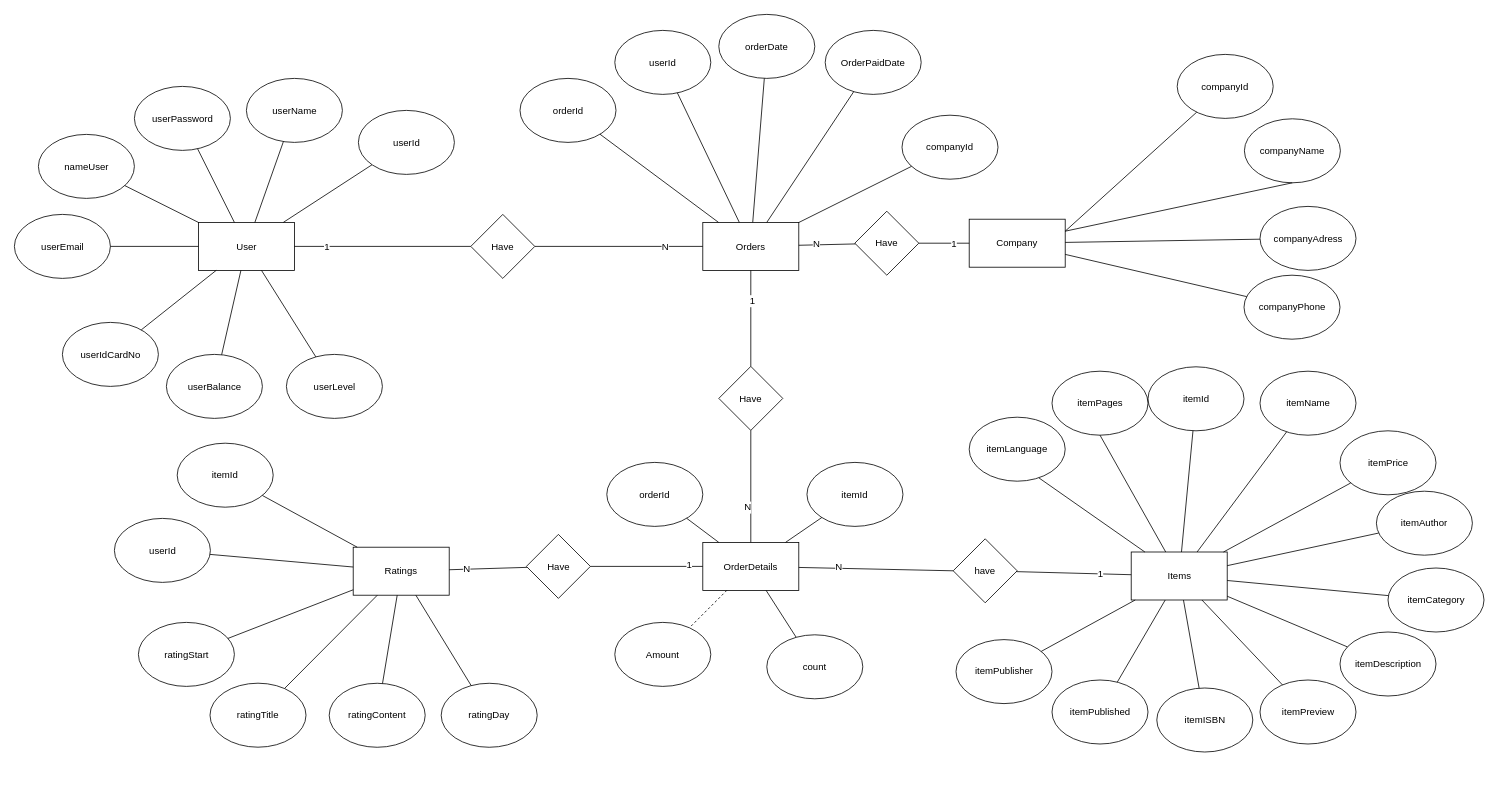
Earlier version of the draw.io diagram Documents/erd.drawio (tung120320/E-Book-Order-G02). Source tidied: cells renumbered, new cells numbered last; positions are measured from the earlier drawing's top-left corner, leaving out a move shared by most shapes. Both pictures are drawn from the tidied source at 80%, with x=0, y=0 at pixel (14, 14).
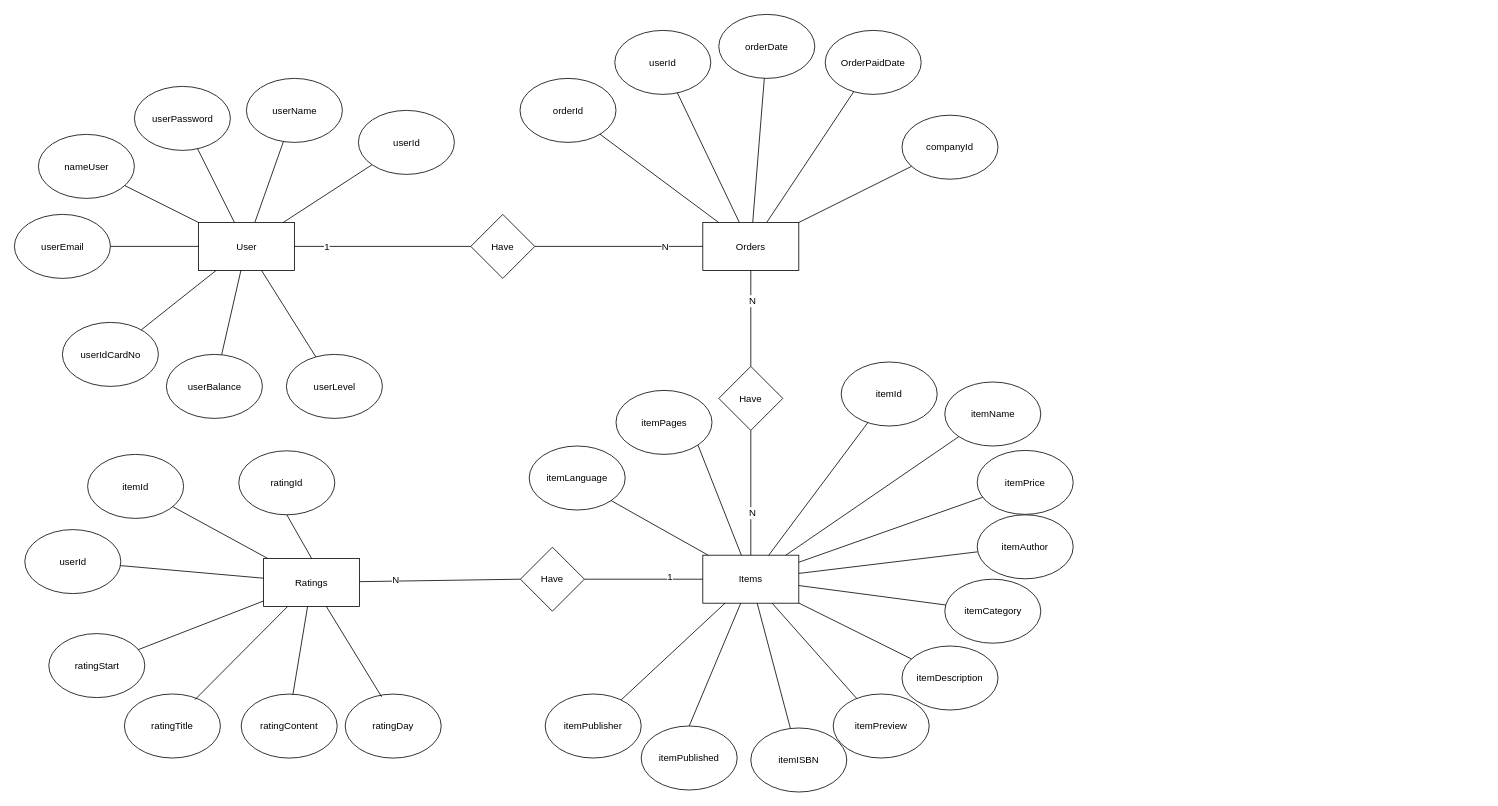
Above is the later version.

The change refers to these unchanged cells:
```xml
<mxCell id="19" value="Orders" style="rounded=0;whiteSpace=wrap;html=1;" parent="1" vertex="1">
  <mxGeometry x="861" y="260.5" width="120" height="60" as="geometry" />
</mxCell>
<mxCell id="59" value="Have" style="rhombus;whiteSpace=wrap;html=1;" parent="1" vertex="1">
  <mxGeometry x="881" y="440.5" width="80" height="80" as="geometry" />
</mxCell>
<mxCell id="60" style="endArrow=none;html=1;" parent="1" edge="1" source="59" target="19">
  <mxGeometry relative="1" as="geometry" />
</mxCell>
```

What changed in the source:
```diff
@@
     <mxCell id="2" value="Items" style="rounded=0;whiteSpace=wrap;html=1;" parent="1" vertex="1">
-      <mxGeometry x="1396.5" y="672.5" width="120" height="60" as="geometry" />
+      <mxGeometry x="861" y="676.5" width="120" height="60" as="geometry" />
     </mxCell>
     <mxCell id="3" value="itemPublisher&lt;br&gt;" style="ellipse;whiteSpace=wrap;html=1;" parent="1" vertex="1">
-      <mxGeometry x="1177.5" y="782" width="120" height="80" as="geometry" />
+      <mxGeometry x="664" y="850" width="120" height="80" as="geometry" />
     </mxCell>
     <mxCell id="4" value="itemPreview" style="ellipse;whiteSpace=wrap;html=1;" parent="1" vertex="1">
-      <mxGeometry x="1557.5" y="832.5" width="120" height="80" as="geometry" />
+      <mxGeometry x="1024" y="850" width="120" height="80" as="geometry" />
     </mxCell>
     <mxCell id="5" value="itemPrice" style="ellipse;whiteSpace=wrap;html=1;" parent="1" vertex="1">
-      <mxGeometry x="1657.5" y="521" width="120" height="80" as="geometry" />
+      <mxGeometry x="1204" y="545.5" width="120" height="80" as="geometry" />
     </mxCell>
     <mxCell id="6" value="itemDescription" style="ellipse;whiteSpace=wrap;html=1;" parent="1" vertex="1">
-      <mxGeometry x="1657.5" y="772.5" width="120" height="80" as="geometry" />
+      <mxGeometry x="1110" y="790" width="120" height="80" as="geometry" />
     </mxCell>
-    <mxCell id="7" value="itemAuthor" style="ellipse;whiteSpace=wrap;html=1;" parent="1" vertex="1">
-      <mxGeometry x="1703" y="596.5" width="120" height="80" as="geometry" />
-    </mxCell>
     <mxCell id="8" value="itemPublished" style="ellipse;whiteSpace=wrap;html=1;" parent="1" vertex="1">
-      <mxGeometry x="1297.5" y="832.5" width="120" height="80" as="geometry" />
+      <mxGeometry x="784" y="890" width="120" height="80" as="geometry" />
     </mxCell>
     <mxCell id="9" value="itemPages" style="ellipse;whiteSpace=wrap;html=1;" parent="1" vertex="1">
-      <mxGeometry x="1297.5" y="446.5" width="120" height="80" as="geometry" />
+      <mxGeometry x="752.5" y="470.5" width="120" height="80" as="geometry" />
     </mxCell>
     <mxCell id="10" value="itemISBN" style="ellipse;whiteSpace=wrap;html=1;" parent="1" vertex="1">
-      <mxGeometry x="1428.5" y="842.5" width="120" height="80" as="geometry" />
+      <mxGeometry x="921" y="892.5" width="120" height="80" as="geometry" />
     </mxCell>
     <mxCell id="11" value="itemLanguage" style="ellipse;whiteSpace=wrap;html=1;" parent="1" vertex="1">
-      <mxGeometry x="1194" y="504" width="120" height="80" as="geometry" />
+      <mxGeometry x="644" y="540" width="120" height="80" as="geometry" />
     </mxCell>
     <mxCell id="12" value="itemCategory" style="ellipse;whiteSpace=wrap;html=1;" parent="1" vertex="1">
-      <mxGeometry x="1717.5" y="692.5" width="120" height="80" as="geometry" />
+      <mxGeometry x="1163.5" y="706.5" width="120" height="80" as="geometry" />
     </mxCell>
     <mxCell id="13" value="itemName" style="ellipse;whiteSpace=wrap;html=1;" parent="1" vertex="1">
-      <mxGeometry x="1557.5" y="446.5" width="120" height="80" as="geometry" />
+      <mxGeometry x="1163.5" y="460" width="120" height="80" as="geometry" />
     </mxCell>
@@
-    <mxCell id="20" value="Amount" style="ellipse;whiteSpace=wrap;html=1;" parent="1" vertex="1">
-      <mxGeometry x="751" y="760.5" width="120" height="80" as="geometry" />
-    </mxCell>
@@
     <mxCell id="23" value="itemId" style="ellipse;whiteSpace=wrap;html=1;" parent="1" vertex="1">
-      <mxGeometry x="1417.5" y="441" width="120" height="80" as="geometry" />
+      <mxGeometry x="1034" y="435" width="120" height="80" as="geometry" />
     </mxCell>
@@
-    <mxCell id="32" style="endArrow=none;html=1;exitX=0.5;exitY=1;exitDx=0;exitDy=0;" parent="1" edge="1" source="9" target="2">
+    <mxCell id="32" style="endArrow=none;html=1;exitX=1;exitY=1;exitDx=0;exitDy=0;" parent="1" edge="1" source="9" target="2">
       <mxGeometry relative="1" as="geometry" />
     </mxCell>
-    <mxCell id="33" style="endArrow=none;html=1;" parent="1" edge="1" source="8" target="2">
+    <mxCell id="33" style="endArrow=none;html=1;exitX=0.5;exitY=0;exitDx=0;exitDy=0;" parent="1" edge="1" source="8" target="2">
       <mxGeometry relative="1" as="geometry" />
     </mxCell>
@@
-    <mxCell id="35" style="endArrow=none;html=1;" parent="1" edge="1" source="7" target="2">
-      <mxGeometry relative="1" as="geometry" />
+    <mxCell id="35" style="endArrow=none;html=1;" parent="1" edge="1" target="2">
+      <mxGeometry relative="1" as="geometry">
+        <mxPoint x="1204.5" y="672.3" as="sourcePoint" />
+      </mxGeometry>
     </mxCell>
@@
-    <mxCell id="37" style="endArrow=none;html=1;entryX=0.726;entryY=0.948;entryDx=0;entryDy=0;entryPerimeter=0;" parent="1" edge="1" source="2" target="11">
+    <mxCell id="37" style="endArrow=none;html=1;entryX=1;entryY=1;entryDx=0;entryDy=0;" parent="1" edge="1" source="2" target="11">
       <mxGeometry relative="1" as="geometry" />
     </mxCell>
@@
-    <mxCell id="43" value="OrderDetails" style="rounded=0;whiteSpace=wrap;html=1;" parent="1" vertex="1">
-      <mxGeometry x="861" y="660.5" width="120" height="60" as="geometry" />
-    </mxCell>
-    <mxCell id="44" value="itemId" style="ellipse;whiteSpace=wrap;html=1;" parent="1" vertex="1">
-      <mxGeometry x="991.2" y="560.5" width="120" height="80" as="geometry" />
-    </mxCell>
-    <mxCell id="45" value="count" style="ellipse;whiteSpace=wrap;html=1;" parent="1" vertex="1">
-      <mxGeometry x="941" y="776" width="120" height="80" as="geometry" />
-    </mxCell>
-    <mxCell id="46" value="orderId&lt;br&gt;" style="ellipse;whiteSpace=wrap;html=1;" parent="1" vertex="1">
-      <mxGeometry x="741" y="560.5" width="120" height="80" as="geometry" />
-    </mxCell>
-    <mxCell id="47" style="endArrow=none;html=1;" parent="1" edge="1" source="46" target="43">
-      <mxGeometry relative="1" as="geometry" />
-    </mxCell>
-    <mxCell id="48" style="endArrow=none;html=1;" parent="1" edge="1" source="44" target="43">
-      <mxGeometry relative="1" as="geometry" />
-    </mxCell>
-    <mxCell id="49" value="have&lt;br&gt;" style="rhombus;whiteSpace=wrap;html=1;" parent="1" vertex="1">
-      <mxGeometry x="1174" y="656" width="80" height="80" as="geometry" />
-    </mxCell>
@@
-    <mxCell id="51" style="endArrow=none;html=1;" parent="1" edge="1" source="2" target="13">
+    <mxCell id="51" style="endArrow=none;html=1;entryX=0;entryY=1;entryDx=0;entryDy=0;" parent="1" edge="1" source="2" target="13">
       <mxGeometry relative="1" as="geometry" />
     </mxCell>
-    <mxCell id="52" style="endArrow=none;html=1;exitX=0;exitY=0.5;exitDx=0;exitDy=0;" parent="1" edge="1" source="49" target="43">
-      <mxGeometry relative="1" as="geometry" />
-    </mxCell>
-    <mxCell id="53" value="N" style="text;html=1;align=center;verticalAlign=middle;labelBackgroundColor=#ffffff;" parent="52" vertex="1">
-      <mxGeometry x="0.49" y="-2" relative="1" as="geometry" />
-    </mxCell>
-    <mxCell id="54" style="endArrow=none;html=1;" parent="1" edge="1" source="2" target="49">
-      <mxGeometry relative="1" as="geometry" />
-    </mxCell>
-    <mxCell id="55" value="1" style="text;html=1;align=center;verticalAlign=middle;labelBackgroundColor=#ffffff;" parent="54" vertex="1">
-      <mxGeometry x="-0.5" y="4" relative="1" as="geometry">
-        <mxPoint x="-3" y="-4" as="offset" />
-      </mxGeometry>
-    </mxCell>
-    <mxCell id="56" style="endArrow=none;html=1;" parent="1" edge="1" source="45" target="43">
-      <mxGeometry relative="1" as="geometry" />
-    </mxCell>
-    <mxCell id="57" style="endArrow=none;dashed=1;html=1;" parent="1" edge="1" source="43" target="20">
-      <mxGeometry relative="1" as="geometry" />
-    </mxCell>
@@
-    <mxCell id="61" value="1" style="text;html=1;align=center;verticalAlign=middle;labelBackgroundColor=#ffffff;" parent="60" vertex="1">
+    <mxCell id="61" value="N" style="text;html=1;align=center;verticalAlign=middle;labelBackgroundColor=#ffffff;" parent="60" vertex="1">
       <mxGeometry x="0.37" y="-1" relative="1" as="geometry" />
     </mxCell>
-    <mxCell id="62" style="endArrow=none;html=1;" parent="1" edge="1" source="43" target="59">
+    <mxCell id="62" style="endArrow=none;html=1;exitX=0.5;exitY=0;exitDx=0;exitDy=0;" parent="1" edge="1" source="2" target="59">
       <mxGeometry relative="1" as="geometry" />
     </mxCell>
-    <mxCell id="63" value="N" style="text;html=1;align=center;verticalAlign=middle;labelBackgroundColor=#ffffff;" parent="62" vertex="1">
-      <mxGeometry x="-0.41" y="4" relative="1" as="geometry">
-        <mxPoint x="-0.5" y="-3" as="offset" />
-      </mxGeometry>
-    </mxCell>
+    <mxCell id="111" value="N" style="text;html=1;align=center;verticalAlign=middle;labelBackgroundColor=#ffffff;" parent="62" vertex="1">
+      <mxGeometry x="-0.32" y="-1" relative="1" as="geometry" />
+    </mxCell>
@@
-    <mxCell id="77" value="Company" style="rounded=0;whiteSpace=wrap;html=1;" parent="1" vertex="1">
-      <mxGeometry x="1194" y="256.5" width="120" height="60" as="geometry" />
-    </mxCell>
-    <mxCell id="78" value="companyAdress" style="ellipse;whiteSpace=wrap;html=1;" parent="1" vertex="1">
-      <mxGeometry x="1557.5" y="240.5" width="120" height="80" as="geometry" />
-    </mxCell>
-    <mxCell id="79" value="companyId" style="ellipse;whiteSpace=wrap;html=1;" parent="1" vertex="1">
-      <mxGeometry x="1454" y="50.5" width="120" height="80" as="geometry" />
-    </mxCell>
-    <mxCell id="80" value="companyName" style="ellipse;whiteSpace=wrap;html=1;" parent="1" vertex="1">
-      <mxGeometry x="1538" y="131" width="120" height="80" as="geometry" />
-    </mxCell>
-    <mxCell id="81" style="endArrow=none;html=1;entryX=1;entryY=0.25;entryDx=0;entryDy=0;" parent="1" edge="1" source="79" target="77">
-      <mxGeometry relative="1" as="geometry" />
-    </mxCell>
-    <mxCell id="82" style="endArrow=none;html=1;entryX=1;entryY=0.25;entryDx=0;entryDy=0;exitX=0.5;exitY=1;exitDx=0;exitDy=0;" parent="1" edge="1" source="80" target="77">
-      <mxGeometry relative="1" as="geometry" />
-    </mxCell>
-    <mxCell id="83" value="companyPhone" style="ellipse;whiteSpace=wrap;html=1;" parent="1" vertex="1">
-      <mxGeometry x="1537.5" y="326.5" width="120" height="80" as="geometry" />
-    </mxCell>
-    <mxCell id="84" style="endArrow=none;html=1;" parent="1" edge="1" source="77" target="83">
-      <mxGeometry relative="1" as="geometry" />
-    </mxCell>
-    <mxCell id="85" style="endArrow=none;html=1;" parent="1" edge="1" source="77" target="78">
-      <mxGeometry relative="1" as="geometry" />
-    </mxCell>
-    <mxCell id="86" value="Have" style="rhombus;whiteSpace=wrap;html=1;" parent="1" vertex="1">
-      <mxGeometry x="1051" y="246.5" width="80" height="80" as="geometry" />
-    </mxCell>
-    <mxCell id="87" style="endArrow=none;html=1;" parent="1" edge="1" source="86" target="19">
-      <mxGeometry relative="1" as="geometry" />
-    </mxCell>
-    <mxCell id="88" value="N" style="text;html=1;align=center;verticalAlign=middle;labelBackgroundColor=#ffffff;" parent="87" vertex="1">
-      <mxGeometry x="0.37" y="-1" relative="1" as="geometry" />
-    </mxCell>
-    <mxCell id="89" style="endArrow=none;html=1;exitX=0;exitY=0.5;exitDx=0;exitDy=0;" parent="1" edge="1" source="77" target="86">
-      <mxGeometry relative="1" as="geometry" />
-    </mxCell>
-    <mxCell id="90" value="1" style="text;html=1;align=center;verticalAlign=middle;labelBackgroundColor=#ffffff;" parent="89" vertex="1">
-      <mxGeometry x="-0.41" y="4" relative="1" as="geometry">
-        <mxPoint x="-0.5" y="-3" as="offset" />
-      </mxGeometry>
-    </mxCell>
     <mxCell id="91" value="Ratings" style="rounded=0;whiteSpace=wrap;html=1;" parent="1" vertex="1">
-      <mxGeometry x="424" y="666.5" width="120" height="60" as="geometry" />
+      <mxGeometry x="312" y="680.5" width="120" height="60" as="geometry" />
     </mxCell>
     <mxCell id="92" value="ratingStart" style="ellipse;whiteSpace=wrap;html=1;" parent="1" vertex="1">
-      <mxGeometry x="155.5" y="760.5" width="120" height="80" as="geometry" />
+      <mxGeometry x="43.5" y="774.5" width="120" height="80" as="geometry" />
     </mxCell>
     <mxCell id="93" value="&lt;span&gt;ratingTitle&lt;/span&gt;" style="ellipse;whiteSpace=wrap;html=1;" parent="1" vertex="1">
-      <mxGeometry x="245" y="836.5" width="120" height="80" as="geometry" />
+      <mxGeometry x="138" y="850" width="120" height="80" as="geometry" />
     </mxCell>
     <mxCell id="94" value="ratingContent" style="ellipse;whiteSpace=wrap;html=1;" parent="1" vertex="1">
-      <mxGeometry x="394" y="836.6" width="120" height="80" as="geometry" />
+      <mxGeometry x="284" y="850.1" width="120" height="80" as="geometry" />
     </mxCell>
     <mxCell id="95" value="itemId" style="ellipse;whiteSpace=wrap;html=1;" parent="1" vertex="1">
-      <mxGeometry x="204" y="536.5" width="120" height="80" as="geometry" />
+      <mxGeometry x="92" y="550.5" width="120" height="80" as="geometry" />
     </mxCell>
     <mxCell id="96" value="userId" style="ellipse;whiteSpace=wrap;html=1;" parent="1" vertex="1">
-      <mxGeometry x="125.5" y="630.5" width="120" height="80" as="geometry" />
+      <mxGeometry x="13.5" y="644.5" width="120" height="80" as="geometry" />
     </mxCell>
-    <mxCell id="97" style="endArrow=none;html=1;" parent="1" edge="1" source="93" target="91">
-      <mxGeometry relative="1" as="geometry" />
+    <mxCell id="97" style="endArrow=none;html=1;" parent="1" edge="1" target="91">
+      <mxGeometry relative="1" as="geometry">
+        <mxPoint x="226.1" y="857.1" as="sourcePoint" />
+      </mxGeometry>
     </mxCell>
@@
-    <mxCell id="99" style="endArrow=none;html=1;" parent="1" edge="1" source="94" target="91">
-      <mxGeometry relative="1" as="geometry" />
+    <mxCell id="99" style="endArrow=none;html=1;" parent="1" edge="1" target="91">
+      <mxGeometry relative="1" as="geometry">
+        <mxPoint x="348.6" y="850.8" as="sourcePoint" />
+      </mxGeometry>
     </mxCell>
@@
-    <mxCell id="102" style="endArrow=none;html=1;" parent="1" edge="1" source="104" target="91">
+    <mxCell id="102" style="endArrow=none;html=1;exitX=0;exitY=0.5;exitDx=0;exitDy=0;" parent="1" edge="1" source="104" target="91">
       <mxGeometry relative="1" as="geometry" />
     </mxCell>
@@
     <mxCell id="104" value="Have" style="rhombus;whiteSpace=wrap;html=1;" parent="1" vertex="1">
-      <mxGeometry x="640.5" y="650.5" width="80" height="80" as="geometry" />
+      <mxGeometry x="633" y="666.5" width="80" height="80" as="geometry" />
     </mxCell>
-    <mxCell id="105" style="endArrow=none;html=1;" parent="1" edge="1" source="104" target="43">
-      <mxGeometry relative="1" as="geometry" />
-    </mxCell>
-    <mxCell id="106" value="1" style="text;html=1;align=center;verticalAlign=middle;labelBackgroundColor=#ffffff;" parent="105" vertex="1">
-      <mxGeometry x="0.75" y="2" relative="1" as="geometry" />
-    </mxCell>
@@
     <mxCell id="109" value="ratingDay" style="ellipse;whiteSpace=wrap;html=1;" parent="1" vertex="1">
-      <mxGeometry x="534" y="836.6" width="120" height="80" as="geometry" />
+      <mxGeometry x="414" y="850.1" width="120" height="80" as="geometry" />
     </mxCell>
-    <mxCell id="110" style="endArrow=none;html=1;" parent="1" edge="1" source="109" target="91">
-      <mxGeometry relative="1" as="geometry" />
+    <mxCell id="110" style="endArrow=none;html=1;" parent="1" edge="1" target="91">
+      <mxGeometry relative="1" as="geometry">
+        <mxPoint x="459.5" y="853.5" as="sourcePoint" />
+      </mxGeometry>
     </mxCell>
+    <mxCell id="112" style="endArrow=none;html=1;exitX=1;exitY=0.5;exitDx=0;exitDy=0;entryX=0;entryY=0.5;entryDx=0;entryDy=0;" parent="1" edge="1" source="104" target="2">
+      <mxGeometry relative="1" as="geometry" />
+    </mxCell>
+    <mxCell id="113" value="1" style="text;html=1;align=center;verticalAlign=middle;labelBackgroundColor=#ffffff;" parent="112" vertex="1">
+      <mxGeometry x="0.43" y="3" relative="1" as="geometry" />
+    </mxCell>
+    <mxCell id="114" value="ratingId" style="ellipse;whiteSpace=wrap;html=1;" parent="1" vertex="1">
+      <mxGeometry x="281" y="546" width="120" height="80" as="geometry" />
+    </mxCell>
+    <mxCell id="115" style="endArrow=none;html=1;exitX=0.5;exitY=0;exitDx=0;exitDy=0;entryX=0.5;entryY=1;entryDx=0;entryDy=0;" parent="1" edge="1" source="91" target="114">
+      <mxGeometry relative="1" as="geometry" />
+    </mxCell>
+    <mxCell id="7" value="itemAuthor" style="ellipse;whiteSpace=wrap;html=1;" parent="1" vertex="1">
+      <mxGeometry x="1204" y="626" width="120" height="80" as="geometry" />
+    </mxCell>
```
